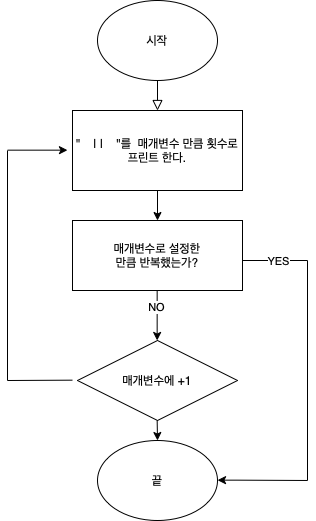
This is drawStick.png from yagom-academy/swift-starter-Round1, a draw.io export, as it was before one commit. Source tidied: cells renumbered, new cells last; positions are measured from the earlier drawing's top-left corner, leaving out a move shared by most shapes. Its diagram source:
```xml
<mxGraphModel>
  <root>
    <mxCell id="0" />
    <mxCell id="1" parent="0" />
    <mxCell id="2" style="rounded=0;html=1;jettySize=auto;orthogonalLoop=1;fontSize=11;endArrow=block;endFill=0;endSize=8;strokeWidth=1;shadow=0;labelBackgroundColor=none;edgeStyle=orthogonalEdgeStyle;" parent="1" edge="1">
      <mxGeometry relative="1" as="geometry">
        <mxPoint x="150" y="60" as="sourcePoint" />
        <mxPoint x="150" y="110" as="targetPoint" />
      </mxGeometry>
    </mxCell>
    <mxCell id="3" value="시작" style="ellipse;whiteSpace=wrap;html=1;" parent="1" vertex="1">
      <mxGeometry x="90" width="120" height="80" as="geometry" />
    </mxCell>
    <mxCell id="4" style="edgeStyle=orthogonalEdgeStyle;rounded=0;jettySize=auto;html=1;" parent="1" edge="1" source="5">
      <mxGeometry relative="1" as="geometry">
        <mxPoint x="150" y="220" as="targetPoint" />
        <Array as="points">
          <mxPoint x="150" y="220" />
          <mxPoint x="150" y="220" />
        </Array>
      </mxGeometry>
    </mxCell>
    <mxCell id="5" value="&quot; &amp;nbsp; &amp;nbsp;| | &amp;nbsp; &amp;nbsp;&quot;를 &amp;nbsp;매개변수 만큼 횟수로 프린트 한다." style="rounded=0;whiteSpace=wrap;html=1;" parent="1" vertex="1">
      <mxGeometry x="65" y="110" width="170" height="80" as="geometry" />
    </mxCell>
    <mxCell id="6" value="매개변수로 설정한 &lt;br&gt;만큼 반복했는가?" style="rounded=0;whiteSpace=wrap;html=1;" parent="1" vertex="1">
      <mxGeometry x="65" y="220" width="170" height="70" as="geometry" />
    </mxCell>
    <mxCell id="7" style="endArrow=classic;html=1;rounded=0;" parent="1" edge="1">
      <mxGeometry relative="1" as="geometry">
        <mxPoint x="149.7" y="290" as="sourcePoint" />
        <mxPoint x="149.7" y="340" as="targetPoint" />
      </mxGeometry>
    </mxCell>
    <mxCell id="8" value="NO" style="edgeLabel;html=1;align=center;verticalAlign=middle;" parent="7" vertex="1">
      <mxGeometry x="-0.37" y="-1" relative="1" as="geometry" />
    </mxCell>
    <mxCell id="9" value="끝" style="ellipse;whiteSpace=wrap;html=1;" parent="1" vertex="1">
      <mxGeometry x="90" y="440" width="120" height="80" as="geometry" />
    </mxCell>
    <mxCell id="10" value="매개변수에 +1" style="rhombus;whiteSpace=wrap;html=1;" parent="1" vertex="1">
      <mxGeometry x="70" y="340" width="160" height="80" as="geometry" />
    </mxCell>
    <mxCell id="11" style="endArrow=classic;html=1;rounded=0;" parent="1" edge="1">
      <mxGeometry relative="1" as="geometry">
        <mxPoint x="149.7" y="420" as="sourcePoint" />
        <mxPoint x="150" y="440" as="targetPoint" />
      </mxGeometry>
    </mxCell>
    <mxCell id="12" style="endArrow=none;html=1;rounded=0;" parent="1" edge="1">
      <mxGeometry relative="1" as="geometry">
        <mxPoint y="380" as="sourcePoint" />
        <mxPoint x="65" y="379.7" as="targetPoint" />
      </mxGeometry>
    </mxCell>
    <mxCell id="13" style="endArrow=none;html=1;rounded=0;" parent="1" edge="1">
      <mxGeometry relative="1" as="geometry">
        <mxPoint y="380" as="sourcePoint" />
        <mxPoint y="150" as="targetPoint" />
      </mxGeometry>
    </mxCell>
    <mxCell id="14" style="endArrow=classic;html=1;rounded=0;" parent="1" edge="1">
      <mxGeometry relative="1" as="geometry">
        <mxPoint y="149.7" as="sourcePoint" />
        <mxPoint x="60" y="149.7" as="targetPoint" />
      </mxGeometry>
    </mxCell>
    <mxCell id="15" style="endArrow=none;html=1;rounded=0;" parent="1" edge="1">
      <mxGeometry relative="1" as="geometry">
        <mxPoint x="235" y="260" as="sourcePoint" />
        <mxPoint x="300" y="260" as="targetPoint" />
      </mxGeometry>
    </mxCell>
    <mxCell id="16" value="YES" style="edgeLabel;html=1;align=center;verticalAlign=middle;" parent="15" vertex="1">
      <mxGeometry x="0.38" relative="1" as="geometry">
        <mxPoint x="-10" as="offset" />
      </mxGeometry>
    </mxCell>
    <mxCell id="17" style="endArrow=none;html=1;rounded=0;" parent="1" edge="1">
      <mxGeometry relative="1" as="geometry">
        <mxPoint x="300" y="480" as="sourcePoint" />
        <mxPoint x="300" y="260" as="targetPoint" />
      </mxGeometry>
    </mxCell>
    <mxCell id="18" style="endArrow=classic;html=1;rounded=0;" parent="1" edge="1">
      <mxGeometry relative="1" as="geometry">
        <mxPoint x="300" y="480" as="sourcePoint" />
        <mxPoint x="210" y="479.7" as="targetPoint" />
        <Array as="points">
          <mxPoint x="230" y="479.7" />
        </Array>
      </mxGeometry>
    </mxCell>
  </root>
</mxGraphModel>
```
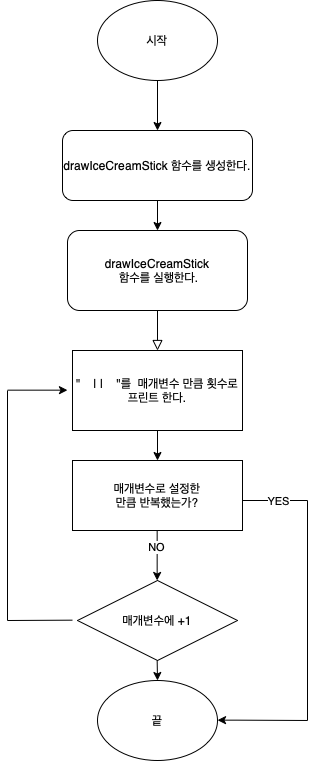
Above is the later version.

Change to the diagram source:
```diff
@@ -8,8 +8,11 @@
         <mxPoint x="150" y="110" as="targetPoint" />
       </mxGeometry>
     </mxCell>
+    <mxCell id="19" style="edgeStyle=orthogonalEdgeStyle;rounded=0;jettySize=auto;html=1;" parent="1" edge="1" source="3" target="21">
+      <mxGeometry relative="1" as="geometry" />
+    </mxCell>
     <mxCell id="3" value="시작" style="ellipse;whiteSpace=wrap;html=1;" parent="1" vertex="1">
-      <mxGeometry x="90" width="120" height="80" as="geometry" />
+      <mxGeometry x="90" y="-240" width="120" height="80" as="geometry" />
     </mxCell>
     <mxCell id="4" style="edgeStyle=orthogonalEdgeStyle;rounded=0;jettySize=auto;html=1;" parent="1" edge="1" source="5">
       <mxGeometry relative="1" as="geometry">
@@ -91,5 +94,14 @@
         </Array>
       </mxGeometry>
     </mxCell>
+    <mxCell id="20" style="edgeStyle=orthogonalEdgeStyle;rounded=0;jettySize=auto;html=1;" parent="1" edge="1" source="21" target="22">
+      <mxGeometry relative="1" as="geometry" />
+    </mxCell>
+    <mxCell id="21" value="drawIceCreamStick 함수를 생성한다." style="rounded=1;whiteSpace=wrap;html=1;" parent="1" vertex="1">
+      <mxGeometry x="55" y="-110" width="190" height="70" as="geometry" />
+    </mxCell>
+    <mxCell id="22" value="drawIceCreamStick&lt;br&gt;&amp;nbsp;함수를 실행한다." style="rounded=1;whiteSpace=wrap;html=1;" parent="1" vertex="1">
+      <mxGeometry x="60" y="-10" width="180" height="80" as="geometry" />
+    </mxCell>
   </root>
 </mxGraphModel>
```
